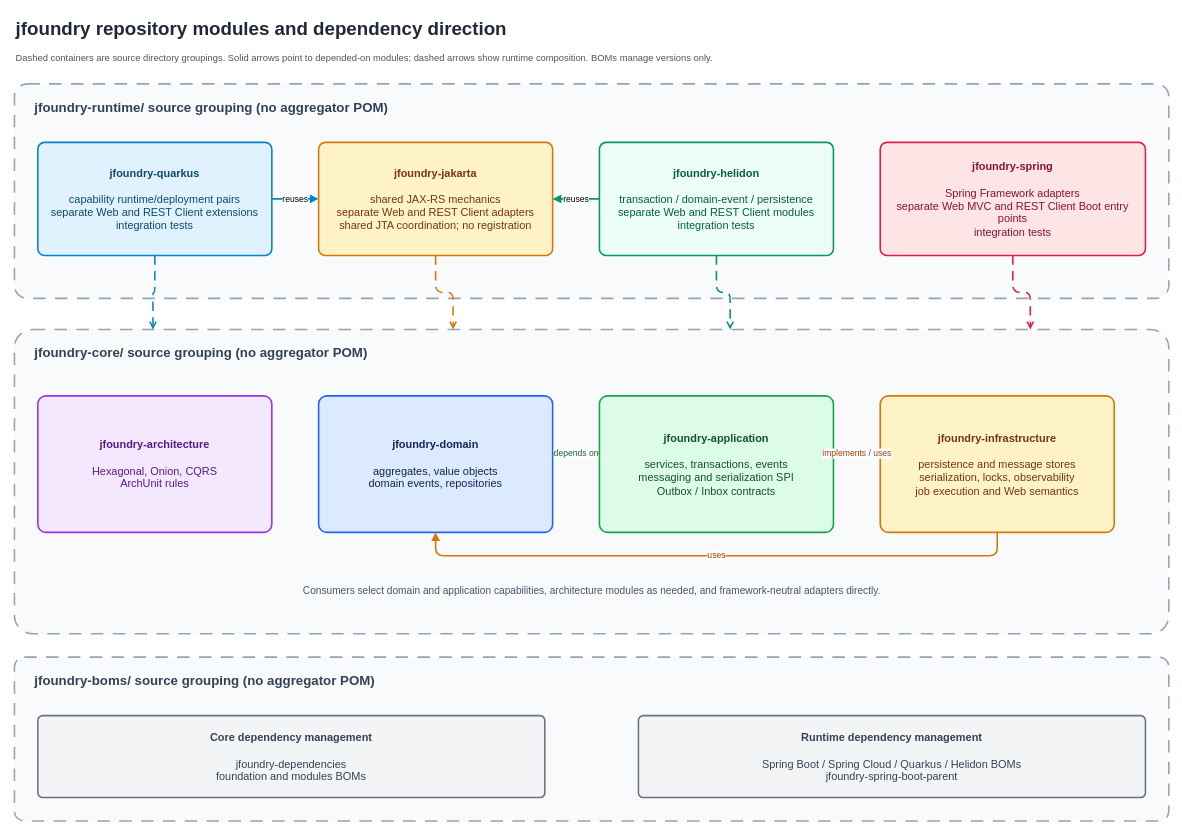
huahill/jfoundry keeps this draw.io diagram as docs/i18n/assets/jfoundry-module-architecture.drawio. Above is the earlier version. Source tidied: cells renumbered, new cells numbered last; positions are measured from the earlier drawing's top-left corner, leaving out a move shared by most shapes. Both pictures are drawn from the tidied source at 78%, with x=0, y=0 at pixel (14, 13).
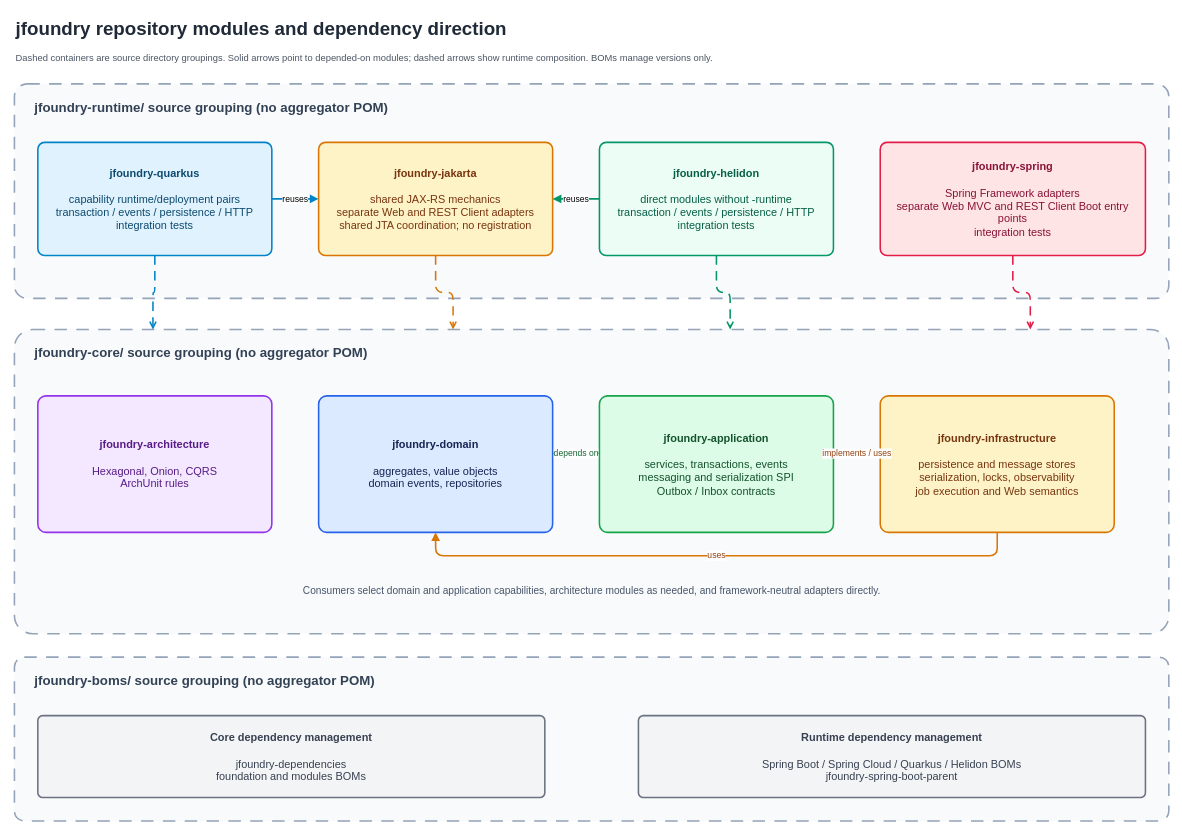
The same diagram, later.

The edit, as a diff of the source:
```diff
@@
-    <mxCell id="5" value="&lt;b&gt;jfoundry-quarkus&lt;/b&gt;&lt;br&gt;&lt;br&gt;capability runtime/deployment pairs&lt;br&gt;separate Web and REST Client extensions&lt;br&gt;integration tests" style="rounded=1;arcSize=6;whiteSpace=wrap;html=1;fillColor=#E0F2FE;strokeColor=#0284C7;strokeWidth=2;fontColor=#0C4A6E;fontSize=14;align=center;verticalAlign=middle;spacing=10;" parent="1" vertex="1">
+    <mxCell id="5" value="&lt;b&gt;jfoundry-quarkus&lt;/b&gt;&lt;br&gt;&lt;br&gt;capability runtime/deployment pairs&lt;br&gt;transaction / events / persistence / HTTP&lt;br&gt;integration tests" style="rounded=1;arcSize=6;whiteSpace=wrap;html=1;fillColor=#E0F2FE;strokeColor=#0284C7;strokeWidth=2;fontColor=#0C4A6E;fontSize=14;align=center;verticalAlign=middle;spacing=10;" parent="1" vertex="1">
       <mxGeometry x="30" y="165" width="300" height="145" as="geometry" />
     </mxCell>
@@
-    <mxCell id="7" value="&lt;b&gt;jfoundry-helidon&lt;/b&gt;&lt;br&gt;&lt;br&gt;transaction / domain-event / persistence&lt;br&gt;separate Web and REST Client modules&lt;br&gt;integration tests" style="rounded=1;arcSize=6;whiteSpace=wrap;html=1;fillColor=#ECFDF5;strokeColor=#059669;strokeWidth=2;fontColor=#065F46;fontSize=14;align=center;verticalAlign=middle;spacing=10;" parent="1" vertex="1">
+    <mxCell id="7" value="&lt;b&gt;jfoundry-helidon&lt;/b&gt;&lt;br&gt;&lt;br&gt;direct modules without -runtime&lt;br&gt;transaction / events / persistence / HTTP&lt;br&gt;integration tests" style="rounded=1;arcSize=6;whiteSpace=wrap;html=1;fillColor=#ECFDF5;strokeColor=#059669;strokeWidth=2;fontColor=#065F46;fontSize=14;align=center;verticalAlign=middle;spacing=10;" parent="1" vertex="1">
       <mxGeometry x="750" y="165" width="300" height="145" as="geometry" />
     </mxCell>
```
